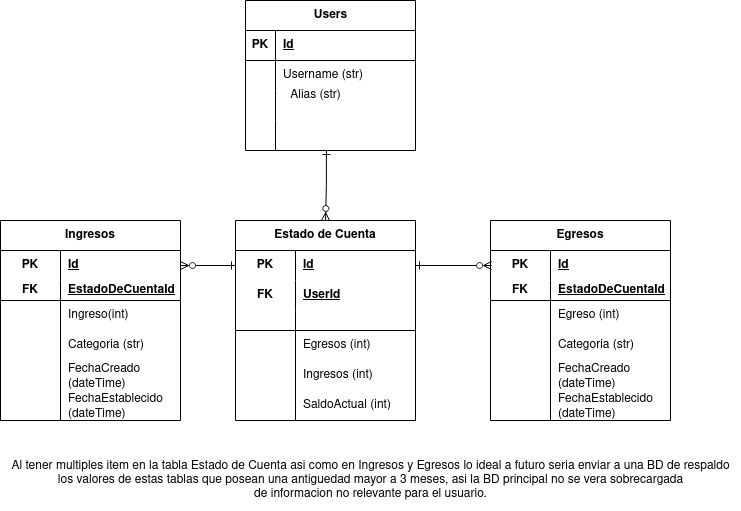
The draw.io diagram db_design.drawio.png in lukasvaz/fork-Software-Engineering, before a commit. Source tidied: cells renumbered, new cells last; positions are measured from the earlier drawing's top-left corner, leaving out a move shared by most shapes.
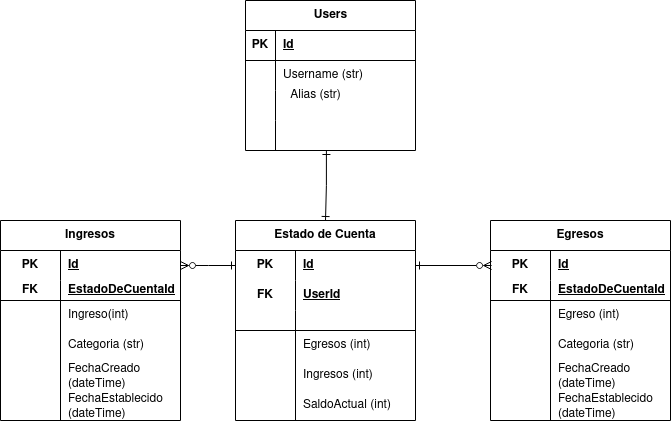
Later version of the same file.

Commit message:
fix: db model AccountStatus relation

What changed in the source:
```diff
@@ -2,7 +2,7 @@
   <root>
     <mxCell id="0" />
     <mxCell id="1" parent="0" />
-    <mxCell id="2" style="edgeStyle=orthogonalEdgeStyle;rounded=0;jettySize=auto;html=1;exitX=0.476;exitY=1;exitDx=0;exitDy=0;entryX=0.5;entryY=0;entryDx=0;entryDy=0;strokeColor=default;startArrow=ERone;startFill=0;endArrow=ERzeroToMany;endFill=0;exitPerimeter=0;" parent="1" edge="1" source="13" target="16">
+    <mxCell id="2" style="edgeStyle=orthogonalEdgeStyle;rounded=0;jettySize=auto;html=1;exitX=0.476;exitY=1;exitDx=0;exitDy=0;entryX=0.5;entryY=0;entryDx=0;entryDy=0;strokeColor=default;startArrow=ERone;startFill=0;endArrow=ERone;endFill=0;exitPerimeter=0;" parent="1" edge="1" source="13" target="16">
       <mxGeometry relative="1" as="geometry" />
     </mxCell>
     <mxCell id="3" value="&lt;div&gt;Users&lt;/div&gt;" style="shape=table;startSize=30;rowLines=0;fontStyle=1;align=center;html=1;" parent="1" vertex="1">
@@ -181,8 +181,5 @@
     <mxCell id="60" value="Alias (str)" style="text;html=1;align=center;verticalAlign=middle;strokeColor=none;fillColor=none;" parent="1" vertex="1">
       <mxGeometry x="280" y="80" width="70" height="30" as="geometry" />
     </mxCell>
-    <mxCell id="61" value="Al tener multiples item en la tabla Estado de Cuenta asi como en Ingresos y Egresos lo ideal a futuro seria enviar a una BD de respaldo&lt;br&gt;los valores de estas tablas que posean una antiguedad mayor a 3 meses, asi la BD principal no se vera sobrecargada&lt;br&gt;de informacion no relevante para el usuario." style="text;html=1;align=center;verticalAlign=middle;strokeColor=none;fillColor=none;" parent="1" vertex="1">
-      <mxGeometry y="450" width="740" height="60" as="geometry" />
-    </mxCell>
   </root>
 </mxGraphModel>
```
